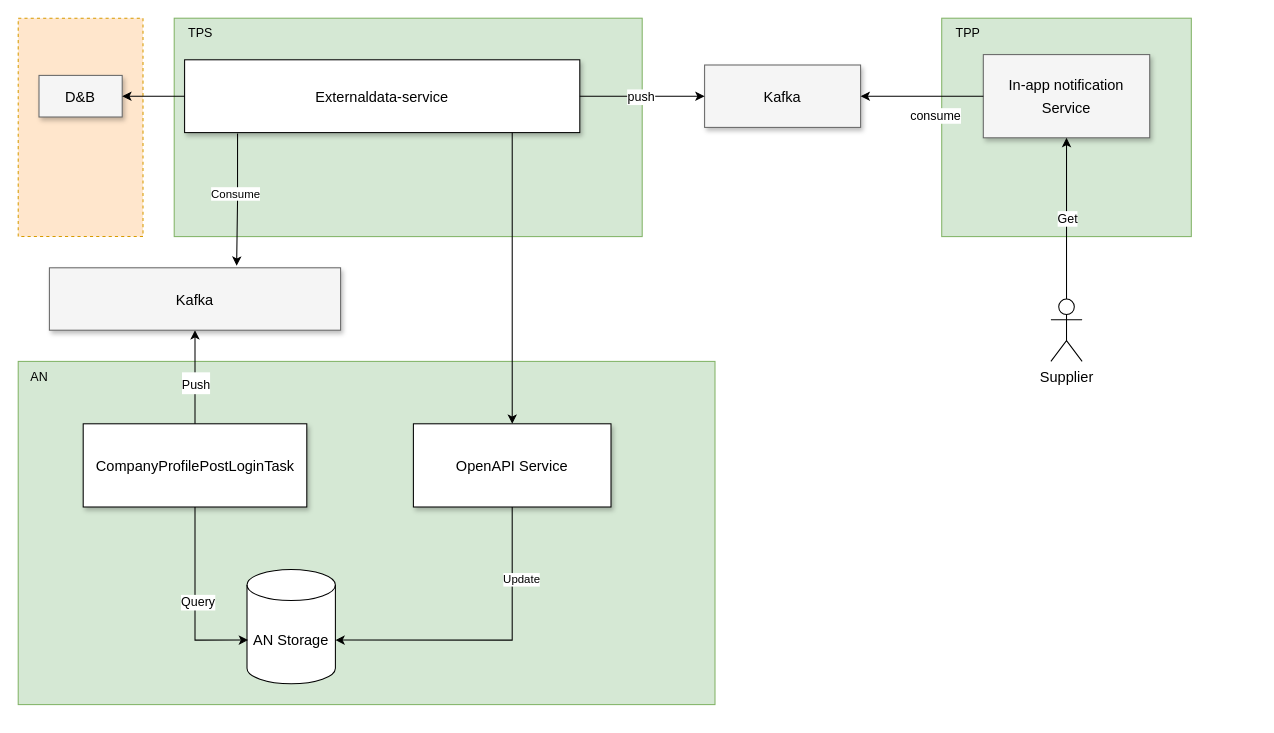
Before: block_diagram_detection_dnb_changes.drawio in huangshijie/Drawio, a draw.io diagram. Source tidied: cells renumbered, new cells numbered last; positions are measured from the earlier drawing's top-left corner, leaving out a move shared by most shapes. Both pictures are drawn from the tidied source at 104%, with x=0, y=0 at pixel (18, 18).
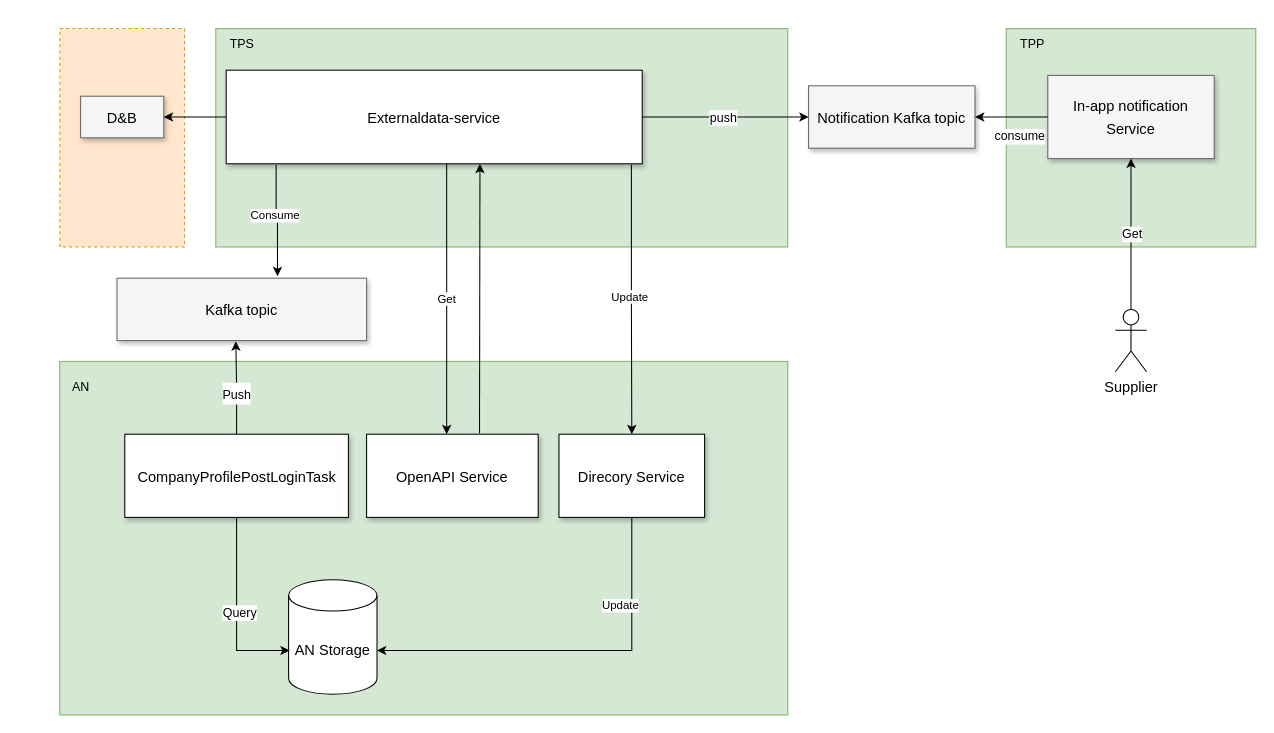
Above is the later version.

Diff of the diagram source:
```diff
@@
+    <mxCell id="34" style="group;" parent="1" vertex="1">
+      <mxGeometry x="40" y="10" width="1128" height="660" as="geometry" />
+    </mxCell>
-    <mxCell id="2" style="rounded=0;whiteSpace=wrap;html=1;dashed=1;fillColor=#ffe6cc;strokeColor=#d79b00;" parent="1" vertex="1">
+    <mxCell id="2" style="rounded=0;whiteSpace=wrap;html=1;dashed=1;fillColor=#ffe6cc;strokeColor=#d79b00;" parent="34" vertex="1">
       <mxGeometry width="120" height="210" as="geometry" />
     </mxCell>
-    <mxCell id="3" style="rounded=0;whiteSpace=wrap;html=1;fillColor=#d5e8d4;strokeColor=#82b366;" parent="1" vertex="1">
-      <mxGeometry x="888" width="240" height="210" as="geometry" />
+    <mxCell id="3" style="rounded=0;whiteSpace=wrap;html=1;fillColor=#d5e8d4;strokeColor=#82b366;" parent="34" vertex="1">
+      <mxGeometry x="910" width="240" height="210" as="geometry" />
     </mxCell>
-    <mxCell id="4" style="rounded=0;whiteSpace=wrap;html=1;fillColor=#d5e8d4;strokeColor=#82b366;" parent="1" vertex="1">
-      <mxGeometry x="150" width="450" height="210" as="geometry" />
+    <mxCell id="4" style="rounded=0;whiteSpace=wrap;html=1;fillColor=#d5e8d4;strokeColor=#82b366;" parent="34" vertex="1">
+      <mxGeometry x="150" width="550" height="210" as="geometry" />
     </mxCell>
-    <mxCell id="5" style="rounded=0;whiteSpace=wrap;html=1;fillColor=#d5e8d4;strokeColor=#82b366;" parent="1" vertex="1">
-      <mxGeometry y="330" width="670" height="330" as="geometry" />
+    <mxCell id="5" style="rounded=0;whiteSpace=wrap;html=1;fillColor=#d5e8d4;strokeColor=#82b366;" parent="34" vertex="1">
+      <mxGeometry y="320" width="700" height="340" as="geometry" />
     </mxCell>
-    <mxCell id="6" style="edgeStyle=orthogonalEdgeStyle;rounded=0;jettySize=auto;html=1;exitX=0.134;exitY=1.014;exitDx=0;exitDy=0;entryX=0.643;entryY=-0.033;entryDx=0;entryDy=0;exitPerimeter=0;entryPerimeter=0;" parent="1" edge="1" source="9" target="30">
-      <mxGeometry relative="1" as="geometry" />
-    </mxCell>
-    <mxCell id="7" value="Consume" style="edgeLabel;html=1;align=center;verticalAlign=middle;" parent="6" vertex="1">
-      <mxGeometry x="-0.1" y="-2" relative="1" as="geometry" />
-    </mxCell>
-    <mxCell id="8" style="edgeStyle=orthogonalEdgeStyle;rounded=0;jettySize=auto;html=1;exitX=0.829;exitY=0.986;exitDx=0;exitDy=0;exitPerimeter=0;" parent="1" edge="1" source="9" target="33">
-      <mxGeometry relative="1" as="geometry" />
-    </mxCell>
-    <mxCell id="9" value="&lt;font style=&quot;font-size: 14px;&quot;&gt;Externaldata-service&lt;/font&gt;" style="whiteSpace=wrap;html=1;shadow=1;fontSize=18;" parent="1" vertex="1">
-      <mxGeometry x="160" y="40" width="380" height="70" as="geometry" />
+    <mxCell id="9" value="&lt;font style=&quot;font-size: 14px;&quot;&gt;Externaldata-service&lt;/font&gt;" style="whiteSpace=wrap;html=1;shadow=1;fontSize=18;" parent="34" vertex="1">
+      <mxGeometry x="160" y="40" width="400" height="90" as="geometry" />
     </mxCell>
-    <mxCell id="10" value="&lt;font style=&quot;font-size: 14px;&quot;&gt;Kafka&lt;/font&gt;" style="whiteSpace=wrap;html=1;shadow=1;fontSize=18;fillColor=#f5f5f5;strokeColor=#666666;" parent="1" vertex="1">
-      <mxGeometry x="660" y="45" width="150" height="60" as="geometry" />
+    <mxCell id="10" value="&lt;font style=&quot;font-size: 14px;&quot;&gt;Notification Kafka topic&lt;/font&gt;" style="whiteSpace=wrap;html=1;shadow=1;fontSize=18;fillColor=#f5f5f5;strokeColor=#666666;" parent="34" vertex="1">
+      <mxGeometry x="720" y="55" width="160" height="60" as="geometry" />
     </mxCell>
-    <mxCell id="11" value="&lt;font style=&quot;font-size: 14px;&quot;&gt;CompanyProfilePostLoginTask&lt;/font&gt;" style="whiteSpace=wrap;html=1;shadow=1;fontSize=18;" parent="1" vertex="1">
+    <mxCell id="11" value="&lt;font style=&quot;font-size: 14px;&quot;&gt;CompanyProfilePostLoginTask&lt;/font&gt;" style="whiteSpace=wrap;html=1;shadow=1;fontSize=18;" parent="34" vertex="1">
       <mxGeometry x="62.5" y="390" width="215" height="80" as="geometry" />
     </mxCell>
-    <mxCell id="12" style="edgeStyle=orthogonalEdgeStyle;rounded=0;jettySize=auto;html=1;exitX=1;exitY=0.5;exitDx=0;exitDy=0;entryX=0;entryY=0.5;entryDx=0;entryDy=0;" parent="1" edge="1" source="9" target="10">
+    <mxCell id="12" style="edgeStyle=orthogonalEdgeStyle;rounded=0;jettySize=auto;html=1;exitX=1;exitY=0.5;exitDx=0;exitDy=0;entryX=0;entryY=0.5;entryDx=0;entryDy=0;" parent="34" edge="1" source="9" target="10">
       <mxGeometry relative="1" as="geometry" />
     </mxCell>
@@
-    <mxCell id="14" value="&lt;font style=&quot;font-size: 14px;&quot;&gt;In-app notification Service&lt;/font&gt;" style="whiteSpace=wrap;html=1;shadow=1;fontSize=18;fillColor=#f5f5f5;strokeColor=#666666;" parent="1" vertex="1">
-      <mxGeometry x="928" y="35" width="160" height="80" as="geometry" />
+    <mxCell id="14" value="&lt;font style=&quot;font-size: 14px;&quot;&gt;In-app notification Service&lt;/font&gt;" style="whiteSpace=wrap;html=1;shadow=1;fontSize=18;fillColor=#f5f5f5;strokeColor=#666666;" parent="34" vertex="1">
+      <mxGeometry x="950" y="45" width="160" height="80" as="geometry" />
     </mxCell>
-    <mxCell id="15" style="edgeStyle=orthogonalEdgeStyle;rounded=0;jettySize=auto;html=1;exitX=0;exitY=0.5;exitDx=0;exitDy=0;entryX=1;entryY=0.5;entryDx=0;entryDy=0;" parent="1" edge="1" source="14" target="10">
+    <mxCell id="15" style="edgeStyle=orthogonalEdgeStyle;rounded=0;jettySize=auto;html=1;exitX=0;exitY=0.5;exitDx=0;exitDy=0;entryX=1;entryY=0.5;entryDx=0;entryDy=0;" parent="34" edge="1" source="14" target="10">
       <mxGeometry relative="1" as="geometry" />
     </mxCell>
@@
-    <mxCell id="17" style="edgeStyle=orthogonalEdgeStyle;rounded=0;jettySize=auto;html=1;entryX=0.5;entryY=1;entryDx=0;entryDy=0;" parent="1" edge="1" source="19" target="14">
+    <mxCell id="17" style="edgeStyle=orthogonalEdgeStyle;rounded=0;jettySize=auto;html=1;entryX=0.5;entryY=1;entryDx=0;entryDy=0;" parent="34" edge="1" source="19" target="14">
       <mxGeometry relative="1" as="geometry" />
     </mxCell>
@@
-    <mxCell id="19" value="&lt;font style=&quot;font-size: 14px;&quot;&gt;Supplier&lt;/font&gt;" style="shape=umlActor;verticalLabelPosition=bottom;verticalAlign=top;html=1;outlineConnect=0;" parent="1" vertex="1">
-      <mxGeometry x="993" y="270" width="30" height="60" as="geometry" />
+    <mxCell id="19" value="&lt;font style=&quot;font-size: 14px;&quot;&gt;Supplier&lt;/font&gt;" style="shape=umlActor;verticalLabelPosition=bottom;verticalAlign=top;html=1;outlineConnect=0;" parent="34" vertex="1">
+      <mxGeometry x="1015" y="270" width="30" height="60" as="geometry" />
     </mxCell>
-    <mxCell id="20" value="&lt;font style=&quot;font-size: 14px;&quot;&gt;AN Storage&lt;/font&gt;" style="shape=cylinder3;whiteSpace=wrap;html=1;boundedLbl=1;backgroundOutline=1;size=15;" parent="1" vertex="1">
+    <mxCell id="20" value="&lt;font style=&quot;font-size: 14px;&quot;&gt;AN Storage&lt;/font&gt;" style="shape=cylinder3;whiteSpace=wrap;html=1;boundedLbl=1;backgroundOutline=1;size=15;" parent="34" vertex="1">
       <mxGeometry x="220" y="530" width="85" height="110" as="geometry" />
     </mxCell>
-    <mxCell id="21" value="AN" style="text;html=1;align=center;verticalAlign=middle;strokeColor=none;fillColor=none;" parent="1" vertex="1">
+    <mxCell id="21" value="AN" style="text;html=1;align=center;verticalAlign=middle;strokeColor=none;fillColor=none;" parent="34" vertex="1">
       <mxGeometry y="330" width="40" height="30" as="geometry" />
     </mxCell>
-    <mxCell id="22" value="TPP" style="text;html=1;align=center;verticalAlign=middle;strokeColor=none;fillColor=none;" parent="1" vertex="1">
-      <mxGeometry x="888" width="50" height="30" as="geometry" />
+    <mxCell id="22" value="TPP" style="text;html=1;align=center;verticalAlign=middle;strokeColor=none;fillColor=none;" parent="34" vertex="1">
+      <mxGeometry x="910" width="50" height="30" as="geometry" />
     </mxCell>
-    <mxCell id="23" value="TPS" style="text;html=1;align=center;verticalAlign=middle;strokeColor=none;fillColor=none;" parent="1" vertex="1">
+    <mxCell id="23" value="TPS" style="text;html=1;align=center;verticalAlign=middle;strokeColor=none;fillColor=none;" parent="34" vertex="1">
       <mxGeometry x="150" width="50" height="30" as="geometry" />
     </mxCell>
-    <mxCell id="24" style="edgeStyle=orthogonalEdgeStyle;rounded=0;jettySize=auto;html=1;fontSize=18;startArrow=none;startFill=0;entryX=0.012;entryY=0.618;entryDx=0;entryDy=0;entryPerimeter=0;" parent="1" edge="1" source="11" target="20">
+    <mxCell id="24" style="edgeStyle=orthogonalEdgeStyle;rounded=0;jettySize=auto;html=1;fontSize=18;startArrow=none;startFill=0;entryX=0.012;entryY=0.618;entryDx=0;entryDy=0;entryPerimeter=0;" parent="34" edge="1" source="11" target="20">
       <mxGeometry relative="1" as="geometry" />
     </mxCell>
@@
-    <mxCell id="26" style="edgeStyle=orthogonalEdgeStyle;rounded=0;jettySize=auto;html=1;exitX=0.5;exitY=0;exitDx=0;exitDy=0;entryX=0.5;entryY=1;entryDx=0;entryDy=0;" parent="1" edge="1" source="11" target="30">
+    <mxCell id="26" style="edgeStyle=orthogonalEdgeStyle;rounded=0;jettySize=auto;html=1;exitX=0.5;exitY=0;exitDx=0;exitDy=0;entryX=0.476;entryY=1.013;entryDx=0;entryDy=0;entryPerimeter=0;" parent="34" edge="1" source="11" target="30">
       <mxGeometry relative="1" as="geometry" />
     </mxCell>
@@
-    <mxCell id="28" value="&lt;font style=&quot;font-size: 14px;&quot;&gt;D&amp;amp;B&lt;/font&gt;" style="whiteSpace=wrap;html=1;shadow=1;fontSize=18;fillColor=#f5f5f5;strokeColor=#666666;" parent="1" vertex="1">
-      <mxGeometry x="20" y="55" width="80" height="40" as="geometry" />
+    <mxCell id="28" value="&lt;font style=&quot;font-size: 14px;&quot;&gt;D&amp;amp;B&lt;/font&gt;" style="whiteSpace=wrap;html=1;shadow=1;fontSize=18;fillColor=#f5f5f5;strokeColor=#666666;" parent="34" vertex="1">
+      <mxGeometry x="20" y="65" width="80" height="40" as="geometry" />
     </mxCell>
-    <mxCell id="29" style="edgeStyle=orthogonalEdgeStyle;rounded=0;jettySize=auto;html=1;exitX=0;exitY=0.5;exitDx=0;exitDy=0;" parent="1" edge="1" source="9" target="28">
+    <mxCell id="29" style="edgeStyle=orthogonalEdgeStyle;rounded=0;jettySize=auto;html=1;exitX=0;exitY=0.5;exitDx=0;exitDy=0;" parent="34" edge="1" source="9" target="28">
       <mxGeometry relative="1" as="geometry" />
     </mxCell>
-    <mxCell id="30" value="&lt;span style=&quot;font-size: 14px;&quot;&gt;Kafka&lt;/span&gt;" style="whiteSpace=wrap;html=1;shadow=1;fontSize=18;fillColor=#f5f5f5;strokeColor=#666666;" parent="1" vertex="1">
-      <mxGeometry x="30" y="240" width="280" height="60" as="geometry" />
+    <mxCell id="30" value="&lt;span style=&quot;font-size: 14px;&quot;&gt;Kafka topic&lt;/span&gt;" style="whiteSpace=wrap;html=1;shadow=1;fontSize=18;fillColor=#f5f5f5;strokeColor=#666666;" parent="34" vertex="1">
+      <mxGeometry x="55" y="240" width="240" height="60" as="geometry" />
     </mxCell>
+    <mxCell id="6" style="edgeStyle=orthogonalEdgeStyle;rounded=0;jettySize=auto;html=1;exitX=0.12;exitY=1.011;exitDx=0;exitDy=0;entryX=0.643;entryY=-0.033;entryDx=0;entryDy=0;exitPerimeter=0;entryPerimeter=0;" parent="34" edge="1" source="9" target="30">
+      <mxGeometry relative="1" as="geometry" />
+    </mxCell>
+    <mxCell id="7" value="Consume" style="edgeLabel;html=1;align=center;verticalAlign=middle;" parent="6" vertex="1">
+      <mxGeometry x="-0.1" y="-2" relative="1" as="geometry" />
+    </mxCell>
-    <mxCell id="31" style="edgeStyle=orthogonalEdgeStyle;rounded=0;jettySize=auto;html=1;entryX=1;entryY=0.618;entryDx=0;entryDy=0;entryPerimeter=0;exitX=0.5;exitY=1;exitDx=0;exitDy=0;" parent="1" edge="1" source="33" target="20">
+    <mxCell id="31" style="edgeStyle=orthogonalEdgeStyle;rounded=0;jettySize=auto;html=1;entryX=1;entryY=0.618;entryDx=0;entryDy=0;entryPerimeter=0;exitX=0.5;exitY=1;exitDx=0;exitDy=0;" parent="34" edge="1" source="33" target="20">
       <mxGeometry relative="1" as="geometry" />
     </mxCell>
@@
-    <mxCell id="33" value="&lt;font style=&quot;font-size: 14px;&quot;&gt;OpenAPI Service&lt;/font&gt;" style="whiteSpace=wrap;html=1;shadow=1;fontSize=18;" parent="1" vertex="1">
-      <mxGeometry x="380" y="390" width="190" height="80" as="geometry" />
+    <mxCell id="33" value="&lt;font style=&quot;font-size: 14px;&quot;&gt;Direcory Service&lt;/font&gt;" style="whiteSpace=wrap;html=1;shadow=1;fontSize=18;" parent="34" vertex="1">
+      <mxGeometry x="480" y="390" width="140" height="80" as="geometry" />
     </mxCell>
+    <mxCell id="35" style="endArrow=classic;html=1;rounded=0;exitX=0.658;exitY=-0.012;exitDx=0;exitDy=0;exitPerimeter=0;" parent="34" edge="1" source="36">
+      <mxGeometry relative="1" as="geometry">
+        <mxPoint x="404" y="130" as="targetPoint" />
+      </mxGeometry>
+    </mxCell>
+    <mxCell id="36" value="&lt;font style=&quot;font-size: 14px;&quot;&gt;OpenAPI Service&lt;/font&gt;" style="whiteSpace=wrap;html=1;shadow=1;fontSize=18;" parent="34" vertex="1">
+      <mxGeometry x="295" y="390" width="165" height="80" as="geometry" />
+    </mxCell>
+    <mxCell id="37" value="Get" style="endArrow=classic;html=1;rounded=0;exitX=0.53;exitY=1;exitDx=0;exitDy=0;exitPerimeter=0;" parent="34" edge="1" source="9">
+      <mxGeometry relative="1" as="geometry">
+        <mxPoint x="372" y="390" as="targetPoint" />
+      </mxGeometry>
+    </mxCell>
+    <mxCell id="8" style="edgeStyle=orthogonalEdgeStyle;rounded=0;jettySize=auto;html=1;exitX=0.974;exitY=1.011;exitDx=0;exitDy=0;exitPerimeter=0;entryX=0.5;entryY=0;entryDx=0;entryDy=0;" parent="34" edge="1" source="9" target="33">
+      <mxGeometry relative="1" as="geometry" />
+    </mxCell>
+    <mxCell id="38" value="Update" style="edgeLabel;html=1;align=center;verticalAlign=middle;" parent="8" vertex="1">
+      <mxGeometry x="-0.02" y="-2" relative="1" as="geometry" />
+    </mxCell>
```
